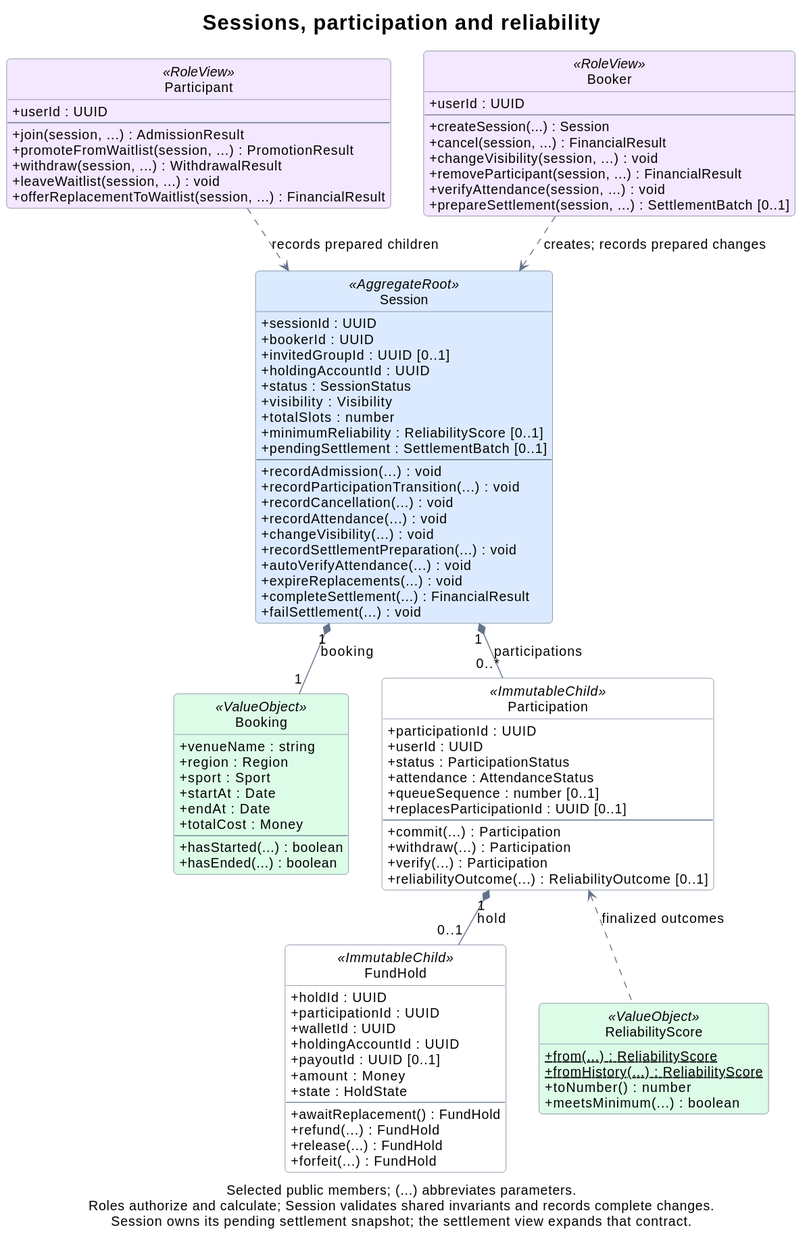
Earlier version of the PlantUML export docs/assets/domain-sessions.svg (rbrishi15/booking-web-manager).
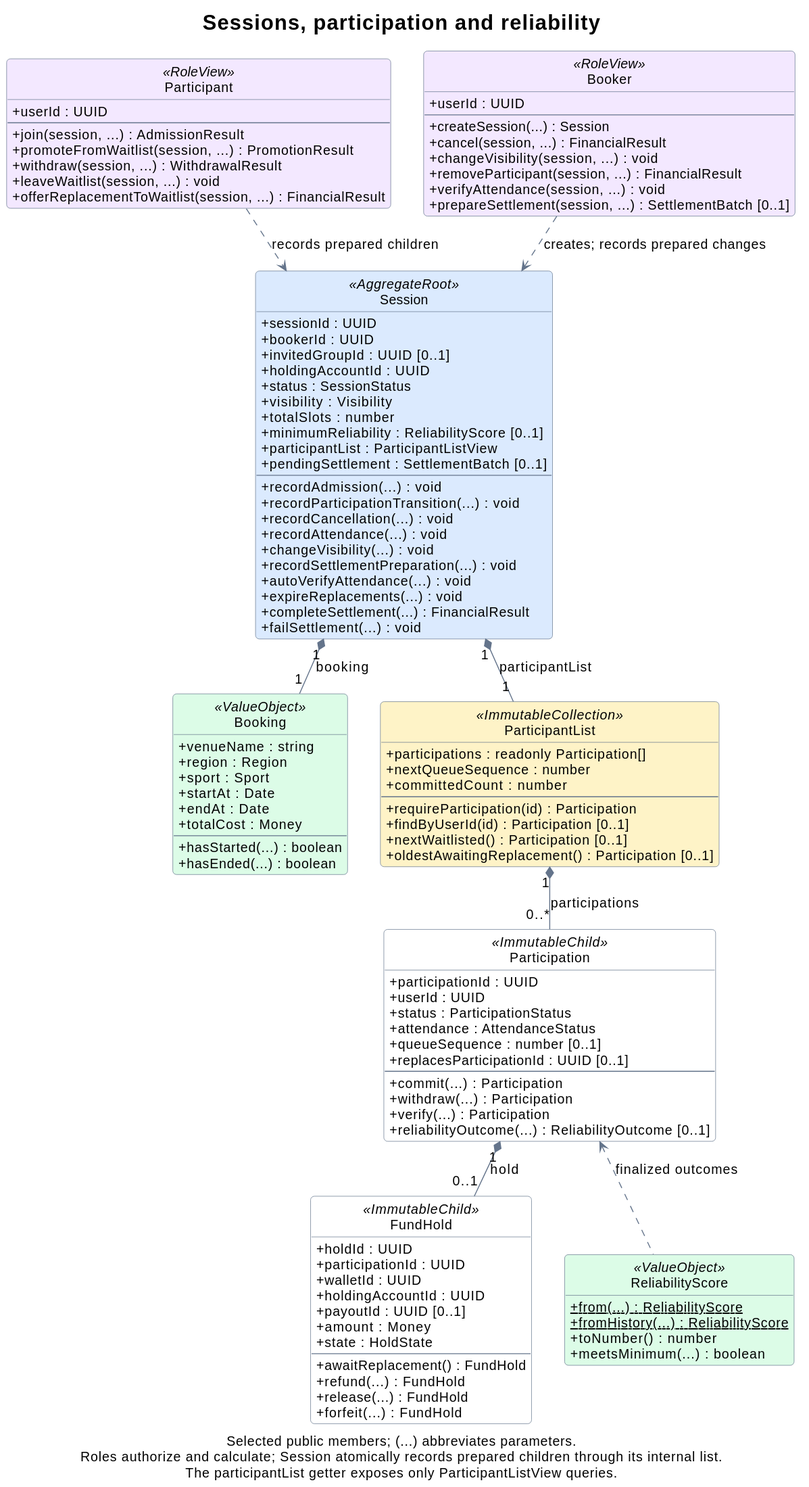
After the commit.

Diff of the diagram source:
```diff
@@ -16,6 +16,7 @@
 skinparam classBackgroundColor<<AggregateRoot>> #DBEAFE
 skinparam classBackgroundColor<<ValueObject>> #DCFCE7
 skinparam classBackgroundColor<<RoleView>> #F3E8FF
+skinparam classBackgroundColor<<ImmutableCollection>> #FEF3C7
 skinparam classAttributeIconSize 0
 skinparam linetype polyline
 skinparam nodesep 35
@@ -30,6 +31,7 @@
   +visibility : Visibility
   +totalSlots : number
   +minimumReliability : ReliabilityScore [0..1]
+  +participantList : ParticipantListView
   +pendingSettlement : SettlementBatch [0..1]
   --
   +recordAdmission(...) : void
@@ -77,6 +79,17 @@
   +hasEnded(...) : boolean
 }
 
+class ParticipantList <<ImmutableCollection>> {
+  +participations : readonly Participation[]
+  +nextQueueSequence : number
+  +committedCount : number
+  --
+  +requireParticipation(id) : Participation
+  +findByUserId(id) : Participation [0..1]
+  +nextWaitlisted() : Participation [0..1]
+  +oldestAwaitingReplacement() : Participation [0..1]
+}
+
 class Participation <<ImmutableChild>> {
   +participationId : UUID
   +userId : UUID
@@ -116,11 +129,12 @@
 Session "1" *-down- "1" Booking : booking
 Participant .down.> Session : records prepared children
 Booker .down.> Session : creates; records prepared changes
-Session "1" *-down- "0..*" Participation : participations
+Session "1" *-down- "1" ParticipantList : participantList
+ParticipantList "1" *-down- "0..*" Participation : participations
 Participation "1" *-down- "0..1" FundHold : hold
 ReliabilityScore .up.> Participation : finalized outcomes
-Booking -[hidden]right- Participation
+Booking -[hidden]right- ParticipantList
 FundHold -[hidden]right- ReliabilityScore
 
-caption Selected public members; (...) abbreviates parameters.\nRoles authorize and calculate; Session validates shared invariants and records complete changes.\nSession owns its pending settlement snapshot; the settlement view expands that contract.
+caption Selected public members; (...) abbreviates parameters.\nRoles authorize and calculate; Session atomically records prepared children through its internal list.\nThe participantList getter exposes only ParticipantListView queries.
 @enduml
```
